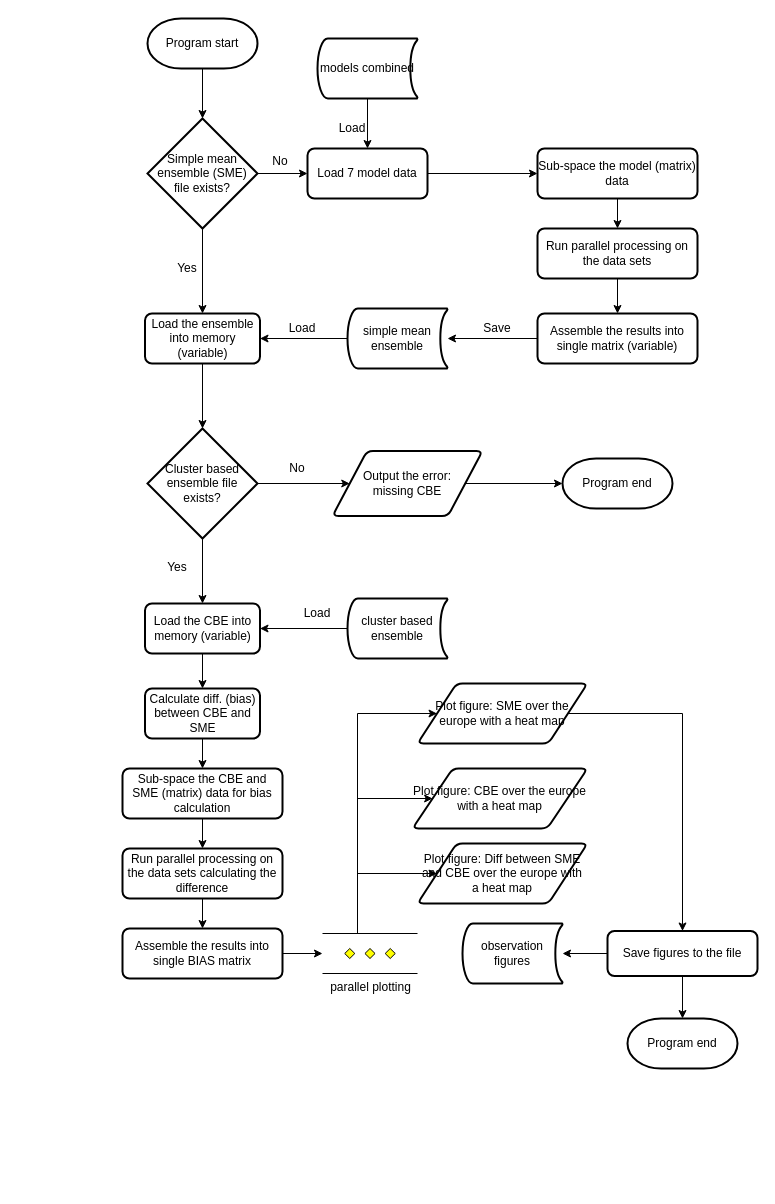
armandasalmd/big-data keeps this draw.io diagram as flowchart.drawio. Above is the earlier version. Source tidied: cells renumbered, new cells numbered last; positions are measured from the earlier drawing's top-left corner, leaving out a move shared by most shapes. Both pictures are drawn from the tidied source at 100%, with x=0, y=0 at pixel (122, 18).
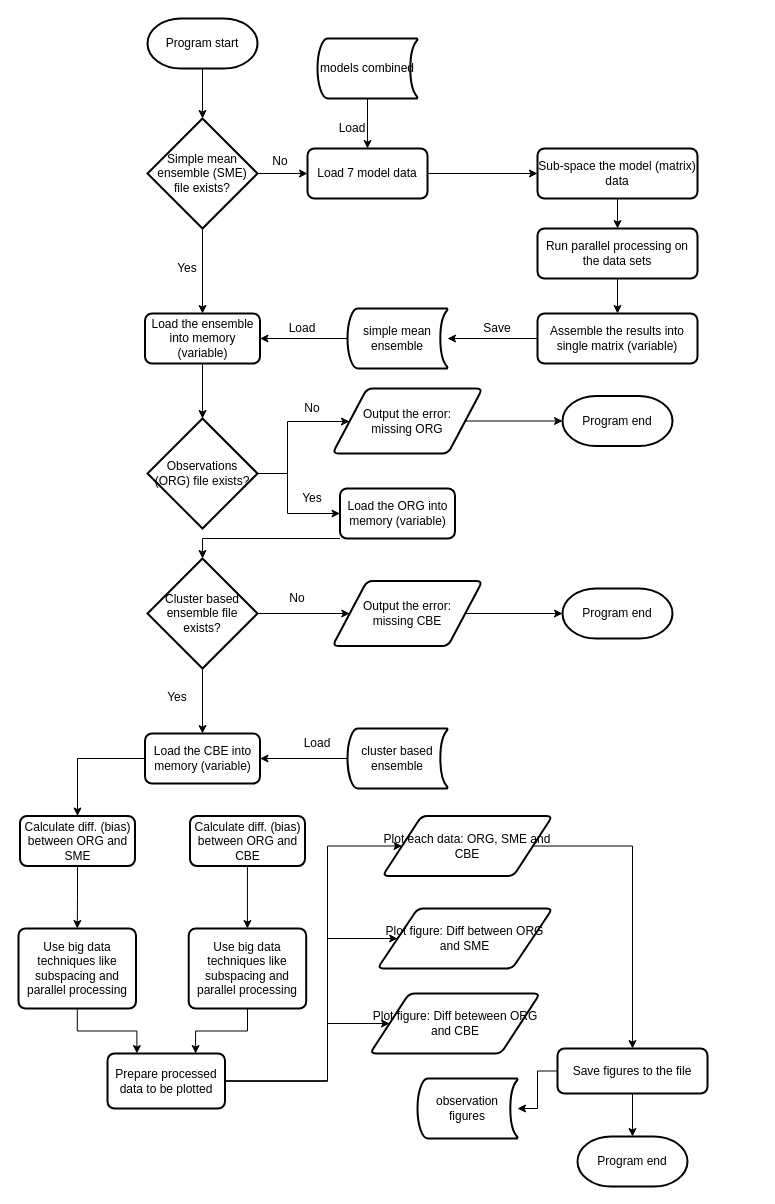
The same page after the edit.

Commit message (it also covers changes not shown here):
Logbook updates, new flowchart dist/index.m file loads necessarily data SME, CBE and Observations Models scaling method appended

Unchanged cells that the change refers to:
```xml
<mxCell id="8" value="Load the ensemble into memory (variable)" style="rounded=1;whiteSpace=wrap;html=1;absoluteArcSize=1;arcSize=14;strokeWidth=2;" parent="1" vertex="1">
  <mxGeometry x="22.5" y="295" width="115" height="50" as="geometry" />
</mxCell>
```

What changed in the source:
```diff
@@
-    <mxCell id="7" style="edgeStyle=orthogonalEdgeStyle;rounded=0;jettySize=auto;html=1;entryX=0.5;entryY=0;entryDx=0;entryDy=0;entryPerimeter=0;" parent="1" edge="1" source="8" target="17">
-      <mxGeometry relative="1" as="geometry" />
-    </mxCell>
+    <mxCell id="60" style="edgeStyle=orthogonalEdgeStyle;rounded=0;jettySize=auto;html=1;" parent="1" edge="1" source="8" target="64">
+      <mxGeometry relative="1" as="geometry" />
+    </mxCell>
@@
     <mxCell id="17" value="Cluster based ensemble file exists?" style="strokeWidth=2;html=1;shape=mxgraph.flowchart.decision;whiteSpace=wrap;" parent="1" vertex="1">
-      <mxGeometry x="25" y="410" width="110" height="110" as="geometry" />
+      <mxGeometry x="25" y="540" width="110" height="110" as="geometry" />
     </mxCell>
@@
     <mxCell id="19" value="Output the error:&lt;br&gt;missing CBE" style="shape=parallelogram;html=1;strokeWidth=2;perimeter=parallelogramPerimeter;whiteSpace=wrap;rounded=1;arcSize=12;size=0.23;" parent="1" vertex="1">
-      <mxGeometry x="210" y="432.5" width="150" height="65" as="geometry" />
+      <mxGeometry x="210" y="562.5" width="150" height="65" as="geometry" />
     </mxCell>
     <mxCell id="20" value="No" style="text;html=1;strokeColor=none;fillColor=none;align=center;verticalAlign=middle;whiteSpace=wrap;rounded=0;" parent="1" vertex="1">
-      <mxGeometry x="155" y="440" width="40" height="20" as="geometry" />
+      <mxGeometry x="155" y="570" width="40" height="20" as="geometry" />
     </mxCell>
@@
     <mxCell id="22" value="Load the CBE into memory (variable)" style="rounded=1;whiteSpace=wrap;html=1;absoluteArcSize=1;arcSize=14;strokeWidth=2;" parent="1" vertex="1">
-      <mxGeometry x="22.5" y="585" width="115" height="50" as="geometry" />
+      <mxGeometry x="22.5" y="715" width="115" height="50" as="geometry" />
     </mxCell>
     <mxCell id="23" value="Load" style="text;html=1;strokeColor=none;fillColor=none;align=center;verticalAlign=middle;whiteSpace=wrap;rounded=0;" parent="1" vertex="1">
-      <mxGeometry x="175" y="585" width="40" height="20" as="geometry" />
+      <mxGeometry x="175" y="715" width="40" height="20" as="geometry" />
     </mxCell>
     <mxCell id="24" value="Yes" style="text;html=1;strokeColor=none;fillColor=none;align=center;verticalAlign=middle;whiteSpace=wrap;rounded=0;" parent="1" vertex="1">
-      <mxGeometry x="35" y="539" width="40" height="20" as="geometry" />
+      <mxGeometry x="35" y="669" width="40" height="20" as="geometry" />
     </mxCell>
@@
     <mxCell id="32" value="Program end" style="strokeWidth=2;html=1;shape=mxgraph.flowchart.terminator;whiteSpace=wrap;" parent="1" vertex="1">
-      <mxGeometry x="440" y="440" width="110" height="50" as="geometry" />
+      <mxGeometry x="440" y="570" width="110" height="50" as="geometry" />
     </mxCell>
-    <mxCell id="33" style="edgeStyle=orthogonalEdgeStyle;rounded=0;jettySize=auto;html=1;" parent="1" edge="1" source="34" target="36">
-      <mxGeometry relative="1" as="geometry" />
-    </mxCell>
+    <mxCell id="61" style="edgeStyle=orthogonalEdgeStyle;rounded=0;jettySize=auto;html=1;" parent="1" edge="1" source="34" target="77">
+      <mxGeometry relative="1" as="geometry" />
+    </mxCell>
-    <mxCell id="34" value="Calculate diff. (bias) between CBE and SME" style="rounded=1;whiteSpace=wrap;html=1;absoluteArcSize=1;arcSize=14;strokeWidth=2;" parent="1" vertex="1">
-      <mxGeometry x="22.5" y="670" width="115" height="50" as="geometry" />
+    <mxCell id="34" value="Calculate diff. (bias) between ORG and SME" style="rounded=1;whiteSpace=wrap;html=1;absoluteArcSize=1;arcSize=14;strokeWidth=2;" parent="1" vertex="1">
+      <mxGeometry x="-102.5" y="797.5" width="115" height="50" as="geometry" />
     </mxCell>
-    <mxCell id="35" style="edgeStyle=orthogonalEdgeStyle;rounded=0;jettySize=auto;html=1;" parent="1" edge="1" source="36" target="38">
-      <mxGeometry relative="1" as="geometry" />
+    <mxCell id="35" style="edgeStyle=orthogonalEdgeStyle;rounded=0;orthogonalLoop=1;jettySize=auto;html=1;" parent="1" edge="1">
+      <mxGeometry relative="1" as="geometry">
+        <mxPoint x="-45" y="927.5" as="sourcePoint" />
+      </mxGeometry>
     </mxCell>
-    <mxCell id="36" value="Sub-space the CBE and SME (matrix) data for bias calculation" style="rounded=1;whiteSpace=wrap;html=1;absoluteArcSize=1;arcSize=14;strokeWidth=2;" parent="1" vertex="1">
-      <mxGeometry y="750" width="160" height="50" as="geometry" />
-    </mxCell>
-    <mxCell id="37" style="edgeStyle=orthogonalEdgeStyle;rounded=0;jettySize=auto;html=1;" parent="1" edge="1" source="38" target="40">
-      <mxGeometry relative="1" as="geometry" />
+    <mxCell id="37" style="edgeStyle=orthogonalEdgeStyle;rounded=0;orthogonalLoop=1;jettySize=auto;html=1;" parent="1" edge="1">
+      <mxGeometry relative="1" as="geometry">
+        <mxPoint x="-45" y="1007.5" as="sourcePoint" />
+      </mxGeometry>
     </mxCell>
-    <mxCell id="38" value="Run parallel processing on the data sets calculating the difference" style="rounded=1;whiteSpace=wrap;html=1;absoluteArcSize=1;arcSize=14;strokeWidth=2;" parent="1" vertex="1">
-      <mxGeometry y="830" width="160" height="50" as="geometry" />
-    </mxCell>
-    <mxCell id="39" style="edgeStyle=orthogonalEdgeStyle;rounded=0;jettySize=auto;html=1;entryX=0;entryY=0.5;entryDx=0;entryDy=0;entryPerimeter=0;" parent="1" edge="1" source="40" target="50">
-      <mxGeometry relative="1" as="geometry" />
-    </mxCell>
-    <mxCell id="40" value="Assemble the results into single BIAS matrix" style="rounded=1;whiteSpace=wrap;html=1;absoluteArcSize=1;arcSize=14;strokeWidth=2;" parent="1" vertex="1">
-      <mxGeometry y="910" width="160" height="50" as="geometry" />
-    </mxCell>
@@
     <mxCell id="42" value="&lt;span style=&quot;white-space: normal&quot;&gt;cluster based ensemble&lt;/span&gt;" style="strokeWidth=2;html=1;shape=mxgraph.flowchart.stored_data;whiteSpace=wrap;" parent="1" vertex="1">
-      <mxGeometry x="225" y="580" width="100" height="60" as="geometry" />
+      <mxGeometry x="225" y="710" width="100" height="60" as="geometry" />
     </mxCell>
@@
-    <mxCell id="47" style="edgeStyle=orthogonalEdgeStyle;rounded=0;jettySize=auto;html=1;entryX=0;entryY=0.5;entryDx=0;entryDy=0;" parent="1" edge="1" source="50" target="53">
-      <mxGeometry relative="1" as="geometry">
-        <Array as="points">
-          <mxPoint x="235" y="780" />
-        </Array>
-      </mxGeometry>
-    </mxCell>
-    <mxCell id="48" style="edgeStyle=orthogonalEdgeStyle;rounded=0;jettySize=auto;html=1;entryX=0;entryY=0.5;entryDx=0;entryDy=0;" parent="1" edge="1" source="50" target="52">
-      <mxGeometry relative="1" as="geometry">
-        <Array as="points">
-          <mxPoint x="235" y="695" />
-        </Array>
-      </mxGeometry>
-    </mxCell>
-    <mxCell id="49" style="edgeStyle=orthogonalEdgeStyle;rounded=0;jettySize=auto;html=1;entryX=0;entryY=0.5;entryDx=0;entryDy=0;" parent="1" edge="1" source="50" target="54">
-      <mxGeometry relative="1" as="geometry">
-        <Array as="points">
-          <mxPoint x="235" y="855" />
-        </Array>
-      </mxGeometry>
-    </mxCell>
-    <mxCell id="50" value="parallel plotting" style="verticalLabelPosition=bottom;verticalAlign=top;html=1;shape=mxgraph.flowchart.parallel_mode;" parent="1" vertex="1">
-      <mxGeometry x="200" y="915" width="95" height="40" as="geometry" />
-    </mxCell>
@@
-    <mxCell id="52" value="&lt;span style=&quot;white-space: normal&quot;&gt;Plot figure: SME over the europe with a heat map&lt;/span&gt;" style="shape=parallelogram;html=1;strokeWidth=2;perimeter=parallelogramPerimeter;whiteSpace=wrap;rounded=1;arcSize=12;size=0.23;" parent="1" vertex="1">
-      <mxGeometry x="295" y="665" width="170" height="60" as="geometry" />
+    <mxCell id="52" value="&lt;span style=&quot;white-space: normal&quot;&gt;Plot each data: ORG, SME and CBE&lt;/span&gt;" style="shape=parallelogram;html=1;strokeWidth=2;perimeter=parallelogramPerimeter;whiteSpace=wrap;rounded=1;arcSize=12;size=0.23;" parent="1" vertex="1">
+      <mxGeometry x="260" y="797.5" width="170" height="60" as="geometry" />
     </mxCell>
-    <mxCell id="53" value="Plot figure: CBE over the europe with a heat map" style="shape=parallelogram;html=1;strokeWidth=2;perimeter=parallelogramPerimeter;whiteSpace=wrap;rounded=1;arcSize=12;size=0.23;" parent="1" vertex="1">
-      <mxGeometry x="290" y="750" width="175" height="60" as="geometry" />
+    <mxCell id="53" value="Plot figure: Diff between ORG and SME" style="shape=parallelogram;html=1;strokeWidth=2;perimeter=parallelogramPerimeter;whiteSpace=wrap;rounded=1;arcSize=12;size=0.23;" parent="1" vertex="1">
+      <mxGeometry x="255" y="890" width="175" height="60" as="geometry" />
     </mxCell>
-    <mxCell id="54" value="Plot figure: Diff between SME and CBE over the europe with a heat map" style="shape=parallelogram;html=1;strokeWidth=2;perimeter=parallelogramPerimeter;whiteSpace=wrap;rounded=1;arcSize=12;size=0.23;" parent="1" vertex="1">
-      <mxGeometry x="295" y="825" width="170" height="60" as="geometry" />
+    <mxCell id="54" value="Plot figure: Diff beteween ORG and CBE" style="shape=parallelogram;html=1;strokeWidth=2;perimeter=parallelogramPerimeter;whiteSpace=wrap;rounded=1;arcSize=12;size=0.23;" parent="1" vertex="1">
+      <mxGeometry x="247.5" y="975" width="170" height="60" as="geometry" />
     </mxCell>
@@
     <mxCell id="57" value="Save figures to the file" style="rounded=1;whiteSpace=wrap;html=1;absoluteArcSize=1;arcSize=14;strokeWidth=2;" parent="1" vertex="1">
-      <mxGeometry x="485" y="912.5" width="150" height="45" as="geometry" />
+      <mxGeometry x="435" y="1030" width="150" height="45" as="geometry" />
     </mxCell>
     <mxCell id="58" value="observation figures" style="strokeWidth=2;html=1;shape=mxgraph.flowchart.stored_data;whiteSpace=wrap;" parent="1" vertex="1">
-      <mxGeometry x="340" y="905" width="100" height="60" as="geometry" />
+      <mxGeometry x="295" y="1060" width="100" height="60" as="geometry" />
     </mxCell>
     <mxCell id="59" value="Program end" style="strokeWidth=2;html=1;shape=mxgraph.flowchart.terminator;whiteSpace=wrap;" parent="1" vertex="1">
-      <mxGeometry x="505" y="1000" width="110" height="50" as="geometry" />
+      <mxGeometry x="455" y="1118" width="110" height="50" as="geometry" />
     </mxCell>
+    <mxCell id="62" style="edgeStyle=orthogonalEdgeStyle;rounded=0;jettySize=auto;html=1;" parent="1" edge="1" source="64" target="66">
+      <mxGeometry relative="1" as="geometry">
+        <Array as="points">
+          <mxPoint x="165" y="455" />
+          <mxPoint x="165" y="403" />
+        </Array>
+      </mxGeometry>
+    </mxCell>
+    <mxCell id="63" style="edgeStyle=orthogonalEdgeStyle;rounded=0;jettySize=auto;html=1;" parent="1" edge="1" source="64" target="70">
+      <mxGeometry relative="1" as="geometry">
+        <Array as="points">
+          <mxPoint x="165" y="455" />
+          <mxPoint x="165" y="495" />
+        </Array>
+      </mxGeometry>
+    </mxCell>
+    <mxCell id="64" value="Observations (ORG) file exists?" style="strokeWidth=2;html=1;shape=mxgraph.flowchart.decision;whiteSpace=wrap;" parent="1" vertex="1">
+      <mxGeometry x="25" y="400" width="110" height="110" as="geometry" />
+    </mxCell>
+    <mxCell id="65" style="edgeStyle=orthogonalEdgeStyle;rounded=0;jettySize=auto;html=1;" parent="1" edge="1" source="66" target="68">
+      <mxGeometry relative="1" as="geometry" />
+    </mxCell>
+    <mxCell id="66" value="Output the error:&lt;br&gt;missing ORG" style="shape=parallelogram;html=1;strokeWidth=2;perimeter=parallelogramPerimeter;whiteSpace=wrap;rounded=1;arcSize=12;size=0.23;" parent="1" vertex="1">
+      <mxGeometry x="210" y="370" width="150" height="65" as="geometry" />
+    </mxCell>
+    <mxCell id="67" value="No" style="text;html=1;strokeColor=none;fillColor=none;align=center;verticalAlign=middle;whiteSpace=wrap;rounded=0;" parent="1" vertex="1">
+      <mxGeometry x="170" y="380" width="40" height="20" as="geometry" />
+    </mxCell>
+    <mxCell id="68" value="Program end" style="strokeWidth=2;html=1;shape=mxgraph.flowchart.terminator;whiteSpace=wrap;" parent="1" vertex="1">
+      <mxGeometry x="440" y="377.5" width="110" height="50" as="geometry" />
+    </mxCell>
+    <mxCell id="69" style="edgeStyle=orthogonalEdgeStyle;rounded=0;jettySize=auto;html=1;exitX=0;exitY=1;exitDx=0;exitDy=0;entryX=0.5;entryY=0;entryDx=0;entryDy=0;entryPerimeter=0;" parent="1" edge="1" source="70" target="17">
+      <mxGeometry relative="1" as="geometry">
+        <Array as="points">
+          <mxPoint x="80" y="520" />
+        </Array>
+      </mxGeometry>
+    </mxCell>
+    <mxCell id="70" value="Load the ORG into memory (variable)" style="rounded=1;whiteSpace=wrap;html=1;absoluteArcSize=1;arcSize=14;strokeWidth=2;" parent="1" vertex="1">
+      <mxGeometry x="217.5" y="470" width="115" height="50" as="geometry" />
+    </mxCell>
+    <mxCell id="71" value="Yes" style="text;html=1;strokeColor=none;fillColor=none;align=center;verticalAlign=middle;whiteSpace=wrap;rounded=0;" parent="1" vertex="1">
+      <mxGeometry x="170" y="470" width="40" height="20" as="geometry" />
+    </mxCell>
+    <mxCell id="72" style="edgeStyle=orthogonalEdgeStyle;rounded=0;jettySize=auto;html=1;entryX=0.5;entryY=0;entryDx=0;entryDy=0;" parent="1" edge="1" source="73" target="79">
+      <mxGeometry relative="1" as="geometry" />
+    </mxCell>
+    <mxCell id="73" value="Calculate diff. (bias) between ORG and CBE" style="rounded=1;whiteSpace=wrap;html=1;absoluteArcSize=1;arcSize=14;strokeWidth=2;" parent="1" vertex="1">
+      <mxGeometry x="67.5" y="797.5" width="115" height="50" as="geometry" />
+    </mxCell>
+    <mxCell id="74" style="edgeStyle=orthogonalEdgeStyle;rounded=0;orthogonalLoop=1;jettySize=auto;html=1;" parent="1" edge="1">
+      <mxGeometry relative="1" as="geometry">
+        <mxPoint x="125" y="927.5" as="sourcePoint" />
+      </mxGeometry>
+    </mxCell>
+    <mxCell id="75" style="edgeStyle=orthogonalEdgeStyle;rounded=0;orthogonalLoop=1;jettySize=auto;html=1;" parent="1" edge="1">
+      <mxGeometry relative="1" as="geometry">
+        <mxPoint x="125" y="1007.5" as="sourcePoint" />
+      </mxGeometry>
+    </mxCell>
+    <mxCell id="76" style="edgeStyle=orthogonalEdgeStyle;rounded=0;jettySize=auto;html=1;entryX=0.25;entryY=0;entryDx=0;entryDy=0;" parent="1" edge="1" source="77" target="83">
+      <mxGeometry relative="1" as="geometry" />
+    </mxCell>
+    <mxCell id="77" value="Use big data techniques like subspacing and parallel processing" style="rounded=1;whiteSpace=wrap;html=1;absoluteArcSize=1;arcSize=14;strokeWidth=2;" parent="1" vertex="1">
+      <mxGeometry x="-104" y="910" width="117.5" height="80" as="geometry" />
+    </mxCell>
+    <mxCell id="78" style="edgeStyle=orthogonalEdgeStyle;rounded=0;jettySize=auto;html=1;entryX=0.75;entryY=0;entryDx=0;entryDy=0;" parent="1" edge="1" source="79" target="83">
+      <mxGeometry relative="1" as="geometry" />
+    </mxCell>
+    <mxCell id="79" value="Use big data techniques like subspacing and parallel processing" style="rounded=1;whiteSpace=wrap;html=1;absoluteArcSize=1;arcSize=14;strokeWidth=2;" parent="1" vertex="1">
+      <mxGeometry x="66.2" y="910" width="117.5" height="80" as="geometry" />
+    </mxCell>
+    <mxCell id="80" style="edgeStyle=orthogonalEdgeStyle;rounded=0;jettySize=auto;html=1;entryX=0;entryY=0.5;entryDx=0;entryDy=0;" parent="1" edge="1" source="83" target="54">
+      <mxGeometry relative="1" as="geometry">
+        <Array as="points">
+          <mxPoint x="205" y="1063" />
+          <mxPoint x="205" y="1005" />
+        </Array>
+      </mxGeometry>
+    </mxCell>
+    <mxCell id="81" style="edgeStyle=orthogonalEdgeStyle;rounded=0;jettySize=auto;html=1;entryX=0;entryY=0.5;entryDx=0;entryDy=0;" parent="1" edge="1" source="83" target="53">
+      <mxGeometry relative="1" as="geometry">
+        <Array as="points">
+          <mxPoint x="205" y="1063" />
+          <mxPoint x="205" y="920" />
+        </Array>
+      </mxGeometry>
+    </mxCell>
+    <mxCell id="82" style="edgeStyle=orthogonalEdgeStyle;rounded=0;jettySize=auto;html=1;entryX=0;entryY=0.5;entryDx=0;entryDy=0;" parent="1" edge="1" source="83" target="52">
+      <mxGeometry relative="1" as="geometry">
+        <Array as="points">
+          <mxPoint x="205" y="1063" />
+          <mxPoint x="205" y="828" />
+        </Array>
+      </mxGeometry>
+    </mxCell>
+    <mxCell id="83" value="Prepare processed data to be plotted" style="rounded=1;whiteSpace=wrap;html=1;absoluteArcSize=1;arcSize=14;strokeWidth=2;" parent="1" vertex="1">
+      <mxGeometry x="-15" y="1035" width="117.5" height="55" as="geometry" />
+    </mxCell>
```
